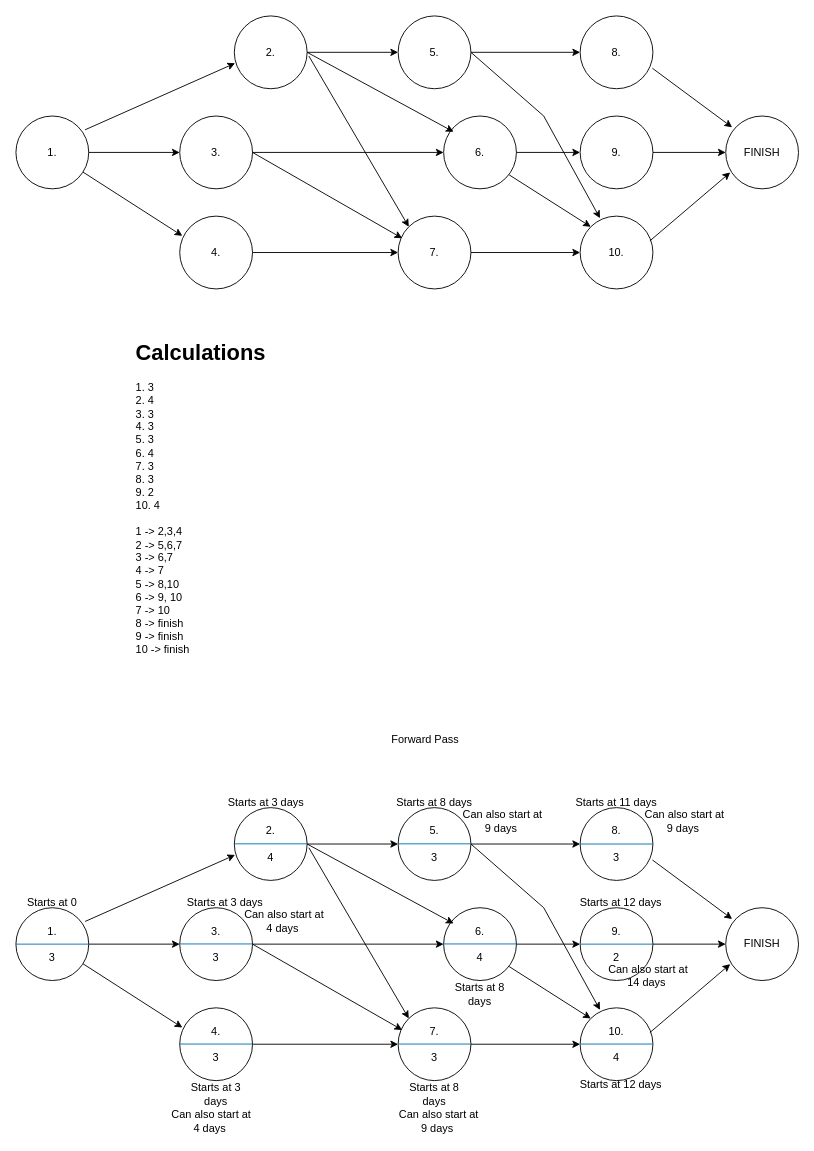
This is ass2cpm.drawio from DylanBriSmith/4313Drawings, a draw.io file, before an edit. Source tidied: cells renumbered, new cells numbered last; positions are measured from the earlier drawing's top-left corner, leaving out a move shared by most shapes. Both pictures are drawn from the tidied source at 91%, with x=0, y=0 at pixel (15, 15).
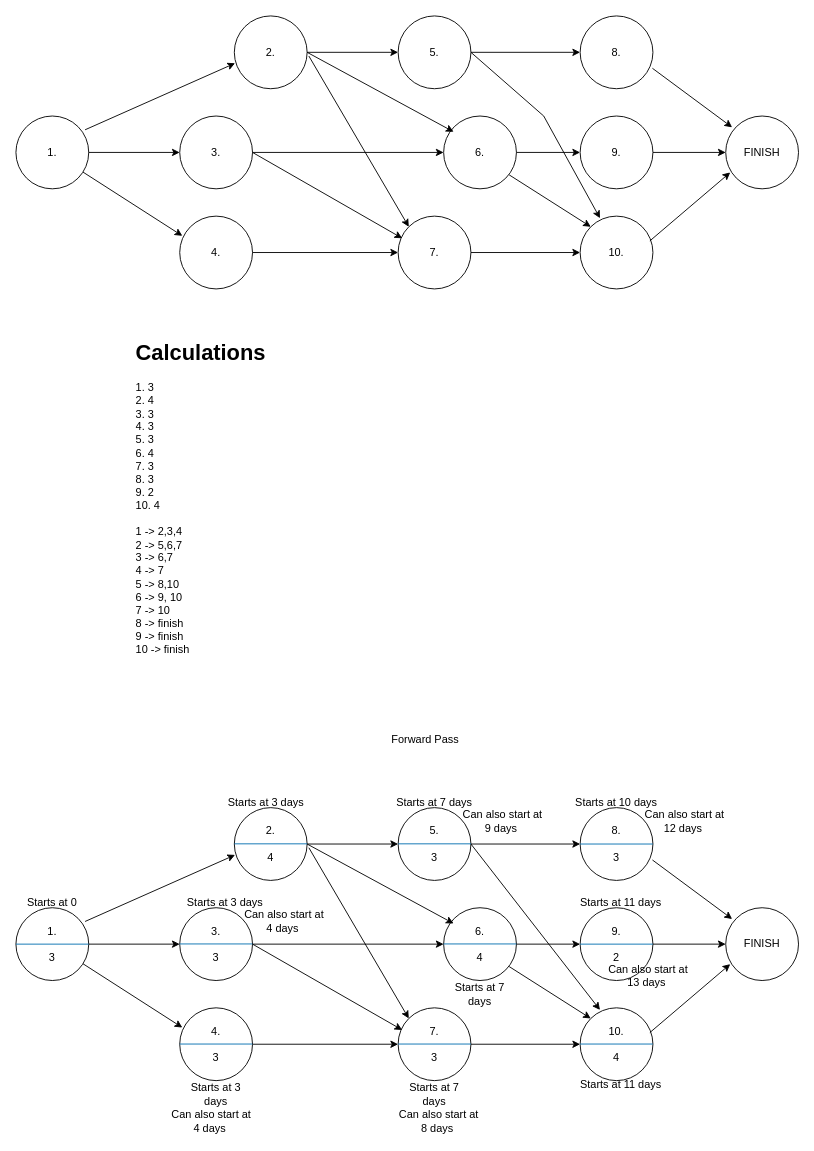
The same page after the edit.

Unchanged cells that the change refers to:
```xml
<mxCell id="31" value="1.&lt;div&gt;&lt;br&gt;&lt;/div&gt;&lt;div&gt;3&lt;/div&gt;" style="ellipse;whiteSpace=wrap;html=1;" parent="1" vertex="1">
  <mxGeometry y="980" width="80" height="80" as="geometry" />
</mxCell>
<mxCell id="32" value="2.&lt;div&gt;&lt;br&gt;&lt;/div&gt;&lt;div&gt;4&lt;/div&gt;" style="ellipse;whiteSpace=wrap;html=1;" parent="1" vertex="1">
  <mxGeometry x="240" y="870" width="80" height="80" as="geometry" />
</mxCell>
<mxCell id="35" value="5.&lt;div&gt;&lt;br&gt;&lt;/div&gt;&lt;div&gt;3&lt;/div&gt;" style="ellipse;whiteSpace=wrap;html=1;" parent="1" vertex="1">
  <mxGeometry x="420" y="870" width="80" height="80" as="geometry" />
</mxCell>
<mxCell id="36" value="6.&lt;div&gt;&lt;br&gt;&lt;/div&gt;&lt;div&gt;4&lt;/div&gt;" style="ellipse;whiteSpace=wrap;html=1;" parent="1" vertex="1">
  <mxGeometry x="470" y="980" width="80" height="80" as="geometry" />
</mxCell>
<mxCell id="49" value="10.&lt;div&gt;&lt;br&gt;&lt;/div&gt;&lt;div&gt;4&lt;/div&gt;" style="ellipse;whiteSpace=wrap;html=1;" parent="1" vertex="1">
  <mxGeometry x="620" y="1090" width="80" height="80" as="geometry" />
</mxCell>
<mxCell id="53" value="FINISH" style="ellipse;whiteSpace=wrap;html=1;" parent="1" vertex="1">
  <mxGeometry x="780" y="980" width="80" height="80" as="geometry" />
</mxCell>
```

Change to the diagram source:
```diff
@@
-    <mxCell id="41" style="endArrow=classic;html=1;rounded=0;exitX=1;exitY=0.5;exitDx=0;exitDy=0;entryX=0.137;entryY=0.217;entryDx=0;entryDy=0;entryPerimeter=0;" parent="1" edge="1" source="32" target="36">
+    <mxCell id="41" style="endArrow=classic;html=1;rounded=0;exitX=1;exitY=0.5;exitDx=0;exitDy=0;entryX=0.137;entryY=0.217;entryDx=0;entryDy=0;entryPerimeter=0;strokeColor=light-dark(#000000,#FF3333);align=center;verticalAlign=middle;fontFamily=Helvetica;fontSize=11;fontColor=default;labelBackgroundColor=default;" parent="1" edge="1" source="32" target="36">
       <mxGeometry relative="1" as="geometry" />
     </mxCell>
@@
-    <mxCell id="51" style="endArrow=classic;html=1;rounded=0;exitX=0.9;exitY=0.808;exitDx=0;exitDy=0;exitPerimeter=0;entryX=0;entryY=0;entryDx=0;entryDy=0;" parent="1" edge="1" source="36" target="49">
+    <mxCell id="51" style="endArrow=classic;html=1;rounded=0;exitX=0.9;exitY=0.808;exitDx=0;exitDy=0;exitPerimeter=0;entryX=0;entryY=0;entryDx=0;entryDy=0;strokeColor=light-dark(#000000,#FF3333);align=center;verticalAlign=middle;fontFamily=Helvetica;fontSize=11;fontColor=default;labelBackgroundColor=default;" parent="1" edge="1" source="36" target="49">
       <mxGeometry relative="1" as="geometry" />
     </mxCell>
     <mxCell id="52" style="endArrow=classic;html=1;rounded=0;exitX=1;exitY=0.5;exitDx=0;exitDy=0;entryX=0.273;entryY=0.029;entryDx=0;entryDy=0;entryPerimeter=0;" parent="1" edge="1" source="35" target="49">
-      <mxGeometry relative="1" as="geometry">
-        <Array as="points">
-          <mxPoint x="580" y="980" />
-        </Array>
-      </mxGeometry>
+      <mxGeometry relative="1" as="geometry" />
     </mxCell>
@@
-    <mxCell id="54" style="endArrow=classic;html=1;rounded=0;exitX=0.958;exitY=0.34;exitDx=0;exitDy=0;exitPerimeter=0;entryX=0.062;entryY=0.775;entryDx=0;entryDy=0;entryPerimeter=0;" parent="1" edge="1" source="49" target="53">
+    <mxCell id="54" style="endArrow=classic;html=1;rounded=0;exitX=0.958;exitY=0.34;exitDx=0;exitDy=0;exitPerimeter=0;entryX=0.062;entryY=0.775;entryDx=0;entryDy=0;entryPerimeter=0;strokeColor=light-dark(#000000,#FF3333);align=center;verticalAlign=middle;fontFamily=Helvetica;fontSize=11;fontColor=default;labelBackgroundColor=default;" parent="1" edge="1" source="49" target="53">
       <mxGeometry relative="1" as="geometry" />
     </mxCell>
@@
-    <mxCell id="58" style="endArrow=classic;html=1;rounded=0;exitX=0.95;exitY=0.189;exitDx=0;exitDy=0;exitPerimeter=0;entryX=0.01;entryY=0.65;entryDx=0;entryDy=0;entryPerimeter=0;" parent="1" edge="1" source="31" target="32">
+    <mxCell id="58" style="endArrow=classic;html=1;rounded=0;exitX=0.95;exitY=0.189;exitDx=0;exitDy=0;exitPerimeter=0;entryX=0.01;entryY=0.65;entryDx=0;entryDy=0;entryPerimeter=0;strokeColor=light-dark(#000000,#FF3333);" parent="1" edge="1" source="31" target="32">
       <mxGeometry relative="1" as="geometry" />
     </mxCell>
@@
-    <mxCell id="64" value="Starts at 8 days" style="text;html=1;whiteSpace=wrap;strokeColor=none;fillColor=none;align=center;verticalAlign=middle;rounded=0;" parent="1" vertex="1">
+    <mxCell id="64" value="Starts at 7 days" style="text;html=1;whiteSpace=wrap;strokeColor=none;fillColor=none;align=center;verticalAlign=middle;rounded=0;" parent="1" vertex="1">
       <mxGeometry x="430" y="1170" width="60" height="30" as="geometry" />
     </mxCell>
-    <mxCell id="65" value="Starts at 8 days" style="text;html=1;whiteSpace=wrap;strokeColor=none;fillColor=none;align=center;verticalAlign=middle;rounded=0;" parent="1" vertex="1">
+    <mxCell id="65" value="Starts at 7 days" style="text;html=1;whiteSpace=wrap;strokeColor=none;fillColor=none;align=center;verticalAlign=middle;rounded=0;" parent="1" vertex="1">
       <mxGeometry x="480" y="1060" width="60" height="30" as="geometry" />
     </mxCell>
-    <mxCell id="66" value="Starts at 8 days" style="text;html=1;whiteSpace=wrap;strokeColor=none;fillColor=none;align=center;verticalAlign=middle;rounded=0;" parent="1" vertex="1">
+    <mxCell id="66" value="Starts at 7 days" style="text;html=1;whiteSpace=wrap;strokeColor=none;fillColor=none;align=center;verticalAlign=middle;rounded=0;" parent="1" vertex="1">
       <mxGeometry x="415" y="850" width="90" height="30" as="geometry" />
     </mxCell>
-    <mxCell id="67" value="Starts at 11 days" style="text;html=1;whiteSpace=wrap;strokeColor=none;fillColor=none;align=center;verticalAlign=middle;rounded=0;" parent="1" vertex="1">
+    <mxCell id="67" value="Starts at 10 days" style="text;html=1;whiteSpace=wrap;strokeColor=none;fillColor=none;align=center;verticalAlign=middle;rounded=0;" parent="1" vertex="1">
       <mxGeometry x="605" y="850" width="110" height="30" as="geometry" />
     </mxCell>
-    <mxCell id="68" value="Starts at 12 days" style="text;html=1;whiteSpace=wrap;strokeColor=none;fillColor=none;align=center;verticalAlign=middle;rounded=0;" parent="1" vertex="1">
+    <mxCell id="68" value="Starts at 11 days" style="text;html=1;whiteSpace=wrap;strokeColor=none;fillColor=none;align=center;verticalAlign=middle;rounded=0;" parent="1" vertex="1">
       <mxGeometry x="615" y="960" width="100" height="30" as="geometry" />
     </mxCell>
-    <mxCell id="69" value="Starts at 12 days" style="text;html=1;whiteSpace=wrap;strokeColor=none;fillColor=none;align=center;verticalAlign=middle;rounded=0;" parent="1" vertex="1">
+    <mxCell id="69" value="Starts at 11 days" style="text;html=1;whiteSpace=wrap;strokeColor=none;fillColor=none;align=center;verticalAlign=middle;rounded=0;" parent="1" vertex="1">
       <mxGeometry x="615" y="1160" width="100" height="30" as="geometry" />
     </mxCell>
@@
-    <mxCell id="83" value="&lt;font style=&quot;color: light-dark(rgb(0, 0, 0), rgb(255, 51, 51));&quot;&gt;Can also start at 9 days&amp;nbsp;&lt;/font&gt;" style="text;html=1;whiteSpace=wrap;strokeColor=none;fillColor=none;align=center;verticalAlign=middle;rounded=0;" parent="1" vertex="1">
+    <mxCell id="83" value="&lt;font style=&quot;color: light-dark(rgb(0, 0, 0), rgb(255, 51, 51));&quot;&gt;Can also start at 8 days&amp;nbsp;&lt;/font&gt;" style="text;html=1;whiteSpace=wrap;strokeColor=none;fillColor=none;align=center;verticalAlign=middle;rounded=0;" parent="1" vertex="1">
       <mxGeometry x="420" y="1200" width="90" height="30" as="geometry" />
     </mxCell>
-    <mxCell id="84" value="&lt;font style=&quot;color: light-dark(rgb(0, 0, 0), rgb(255, 51, 51));&quot;&gt;Can also start at 14 days&amp;nbsp;&lt;/font&gt;" style="text;html=1;whiteSpace=wrap;strokeColor=none;fillColor=none;align=center;verticalAlign=middle;rounded=0;" parent="1" vertex="1">
+    <mxCell id="84" value="&lt;font style=&quot;color: light-dark(rgb(0, 0, 0), rgb(255, 51, 51));&quot;&gt;Can also start at 13 days&amp;nbsp;&lt;/font&gt;" style="text;html=1;whiteSpace=wrap;strokeColor=none;fillColor=none;align=center;verticalAlign=middle;rounded=0;" parent="1" vertex="1">
       <mxGeometry x="650" y="1040" width="90" height="30" as="geometry" />
     </mxCell>
-    <mxCell id="85" value="&lt;font style=&quot;color: light-dark(rgb(0, 0, 0), rgb(255, 51, 51));&quot;&gt;Can also start at 9 days&amp;nbsp;&lt;/font&gt;" style="text;html=1;whiteSpace=wrap;strokeColor=none;fillColor=none;align=center;verticalAlign=middle;rounded=0;" parent="1" vertex="1">
+    <mxCell id="85" value="&lt;font style=&quot;color: light-dark(rgb(0, 0, 0), rgb(255, 51, 51));&quot;&gt;Can also start at 12 days&amp;nbsp;&lt;/font&gt;" style="text;html=1;whiteSpace=wrap;strokeColor=none;fillColor=none;align=center;verticalAlign=middle;rounded=0;" parent="1" vertex="1">
       <mxGeometry x="690" y="870" width="90" height="30" as="geometry" />
     </mxCell>
```
